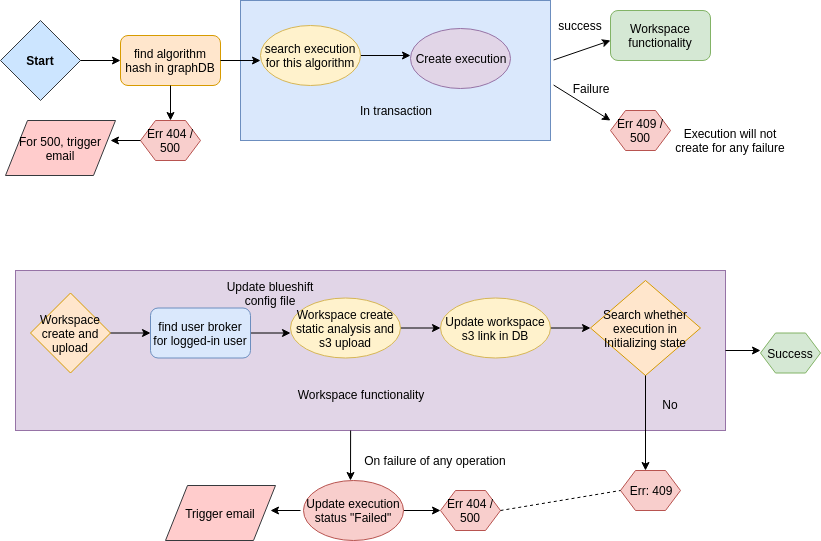
The draw.io diagram start_from_UI.png in prodipta/blueshift-resouce, before a commit. Source tidied: cells renumbered, new cells last; positions are measured from the earlier drawing's top-left corner, leaving out a move shared by most shapes.
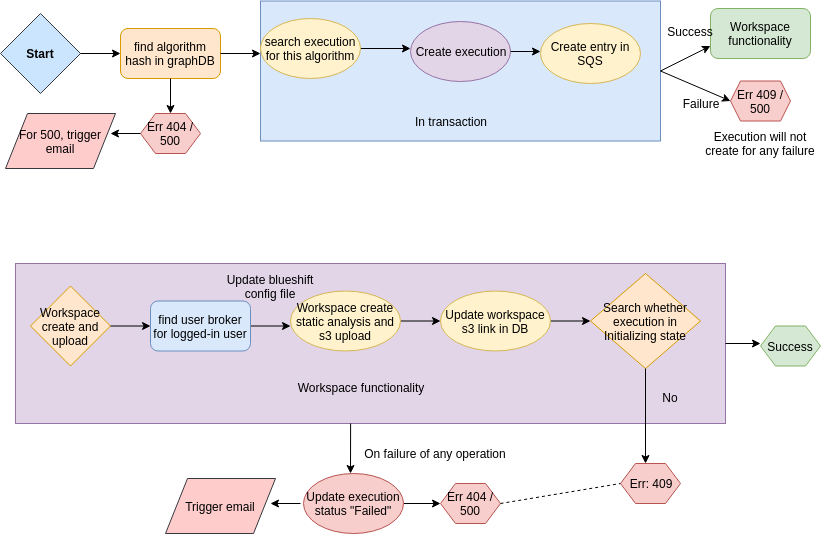
After the change.

What changed in the source:
```diff
@@ -6,7 +6,7 @@
       <mxGeometry x="15" y="270" width="710" height="160" as="geometry" />
     </mxCell>
     <mxCell id="3" style="rounded=0;whiteSpace=wrap;html=1;fillColor=#dae8fc;strokeColor=#6c8ebf;" parent="1" vertex="1">
-      <mxGeometry x="240" width="310" height="140" as="geometry" />
+      <mxGeometry x="260" y="7.5" width="400" height="140" as="geometry" />
     </mxCell>
     <mxCell id="4" value="&lt;b&gt;Start&lt;/b&gt;" style="rhombus;whiteSpace=wrap;html=1;fillColor=#cce5ff;strokeColor=#36393d;" parent="1" vertex="1">
       <mxGeometry y="20" width="80" height="80" as="geometry" />
@@ -80,10 +80,10 @@
       <mxGeometry x="140" y="120" width="60" height="40" as="geometry" />
     </mxCell>
     <mxCell id="23" value="In transaction" style="text;html=1;strokeColor=none;fillColor=none;align=center;verticalAlign=middle;whiteSpace=wrap;rounded=0;" parent="1" vertex="1">
-      <mxGeometry x="335" y="100" width="120" height="20" as="geometry" />
+      <mxGeometry x="390" y="117.5" width="120" height="20" as="geometry" />
     </mxCell>
     <mxCell id="24" value="Workspace functionality" style="rounded=1;whiteSpace=wrap;html=1;fillColor=#d5e8d4;strokeColor=#82b366;" parent="1" vertex="1">
-      <mxGeometry x="610" y="10" width="100" height="50" as="geometry" />
+      <mxGeometry x="710" y="15" width="100" height="50" as="geometry" />
     </mxCell>
     <mxCell id="25" style="endArrow=classic;html=1;exitX=0;exitY=0.5;exitDx=0;exitDy=0;" parent="1" edge="1" source="22">
       <mxGeometry relative="1" as="geometry">
@@ -93,27 +93,11 @@
     <mxCell id="26" value="For 500, trigger email" style="shape=parallelogram;perimeter=parallelogramPerimeter;whiteSpace=wrap;html=1;fillColor=#ffcccc;strokeColor=#36393d;" parent="1" vertex="1">
       <mxGeometry x="5" y="120" width="110" height="55" as="geometry" />
     </mxCell>
-    <mxCell id="27" style="endArrow=classic;html=1;exitX=1.01;exitY=0.425;exitDx=0;exitDy=0;exitPerimeter=0;" parent="1" edge="1" source="3">
-      <mxGeometry relative="1" as="geometry">
-        <mxPoint x="610" y="40" as="targetPoint" />
-      </mxGeometry>
-    </mxCell>
-    <mxCell id="28" value="success" style="text;html=1;strokeColor=none;fillColor=none;align=center;verticalAlign=middle;whiteSpace=wrap;rounded=0;" parent="1" vertex="1">
-      <mxGeometry x="560" y="15" width="40" height="20" as="geometry" />
-    </mxCell>
-    <mxCell id="29" style="endArrow=classic;html=1;exitX=1.01;exitY=0.604;exitDx=0;exitDy=0;exitPerimeter=0;" parent="1" edge="1" source="3">
-      <mxGeometry relative="1" as="geometry">
-        <mxPoint x="610" y="120" as="targetPoint" />
-      </mxGeometry>
-    </mxCell>
     <mxCell id="30" value="Execution will not create for any failure" style="text;html=1;strokeColor=none;fillColor=none;align=center;verticalAlign=middle;whiteSpace=wrap;rounded=0;" parent="1" vertex="1">
-      <mxGeometry x="670" y="130" width="120" height="20" as="geometry" />
+      <mxGeometry x="700" y="140" width="120" height="20" as="geometry" />
     </mxCell>
-    <mxCell id="31" value="Failure" style="text;html=1;strokeColor=none;fillColor=none;align=center;verticalAlign=middle;whiteSpace=wrap;rounded=0;" parent="1" vertex="1">
-      <mxGeometry x="570" y="78" width="40" height="20" as="geometry" />
-    </mxCell>
-    <mxCell id="32" value="Err 409 / 500" style="shape=hexagon;perimeter=hexagonPerimeter2;whiteSpace=wrap;html=1;fillColor=#f8cecc;strokeColor=#b85450;" parent="1" vertex="1">
-      <mxGeometry x="610" y="110" width="60" height="40" as="geometry" />
+    <mxCell id="32" value="Err 409 / 500" style="shape=hexagon;perimeter=hexagonPerimeter2;whiteSpace=wrap;html=1;fillColor=#f8cecc;strokeColor=#b85450;size=0.16666666666666666;" parent="1" vertex="1">
+      <mxGeometry x="730" y="87.5" width="60" height="40" as="geometry" />
     </mxCell>
     <mxCell id="33" style="endArrow=classic;html=1;exitX=0.5;exitY=1;exitDx=0;exitDy=0;" parent="1" edge="1" source="19">
       <mxGeometry relative="1" as="geometry">
@@ -168,5 +152,25 @@
     <mxCell id="46" value="Trigger email" style="shape=parallelogram;perimeter=parallelogramPerimeter;whiteSpace=wrap;html=1;fillColor=#ffcccc;strokeColor=#36393d;" parent="1" vertex="1">
       <mxGeometry x="165" y="485" width="110" height="55" as="geometry" />
     </mxCell>
+    <mxCell id="47" style="endArrow=classic;html=1;exitX=1;exitY=0.5;exitDx=0;exitDy=0;" parent="1" edge="1" source="10">
+      <mxGeometry relative="1" as="geometry">
+        <mxPoint x="540" y="58" as="targetPoint" />
+      </mxGeometry>
+    </mxCell>
+    <mxCell id="48" value="Create entry in SQS" style="ellipse;whiteSpace=wrap;html=1;fillColor=#fff2cc;strokeColor=#d6b656;" parent="1" vertex="1">
+      <mxGeometry x="540" y="30" width="100" height="60" as="geometry" />
+    </mxCell>
+    <mxCell id="49" style="endArrow=classic;html=1;exitX=1;exitY=0.5;exitDx=0;exitDy=0;entryX=0;entryY=0.75;entryDx=0;entryDy=0;" parent="1" edge="1" source="3" target="24">
+      <mxGeometry relative="1" as="geometry" />
+    </mxCell>
+    <mxCell id="50" style="endArrow=classic;html=1;exitX=1;exitY=0.5;exitDx=0;exitDy=0;entryX=0;entryY=0.5;entryDx=0;entryDy=0;" parent="1" edge="1" source="3" target="32">
+      <mxGeometry relative="1" as="geometry" />
+    </mxCell>
+    <mxCell id="51" value="Success" style="text;html=1;strokeColor=none;fillColor=none;align=center;verticalAlign=middle;whiteSpace=wrap;rounded=0;" parent="1" vertex="1">
+      <mxGeometry x="670" y="28" width="40" height="20" as="geometry" />
+    </mxCell>
+    <mxCell id="31" value="Failure" style="text;html=1;strokeColor=none;fillColor=none;align=center;verticalAlign=middle;whiteSpace=wrap;rounded=0;" parent="1" vertex="1">
+      <mxGeometry x="680" y="100" width="40" height="20" as="geometry" />
+    </mxCell>
   </root>
 </mxGraphModel>
```
